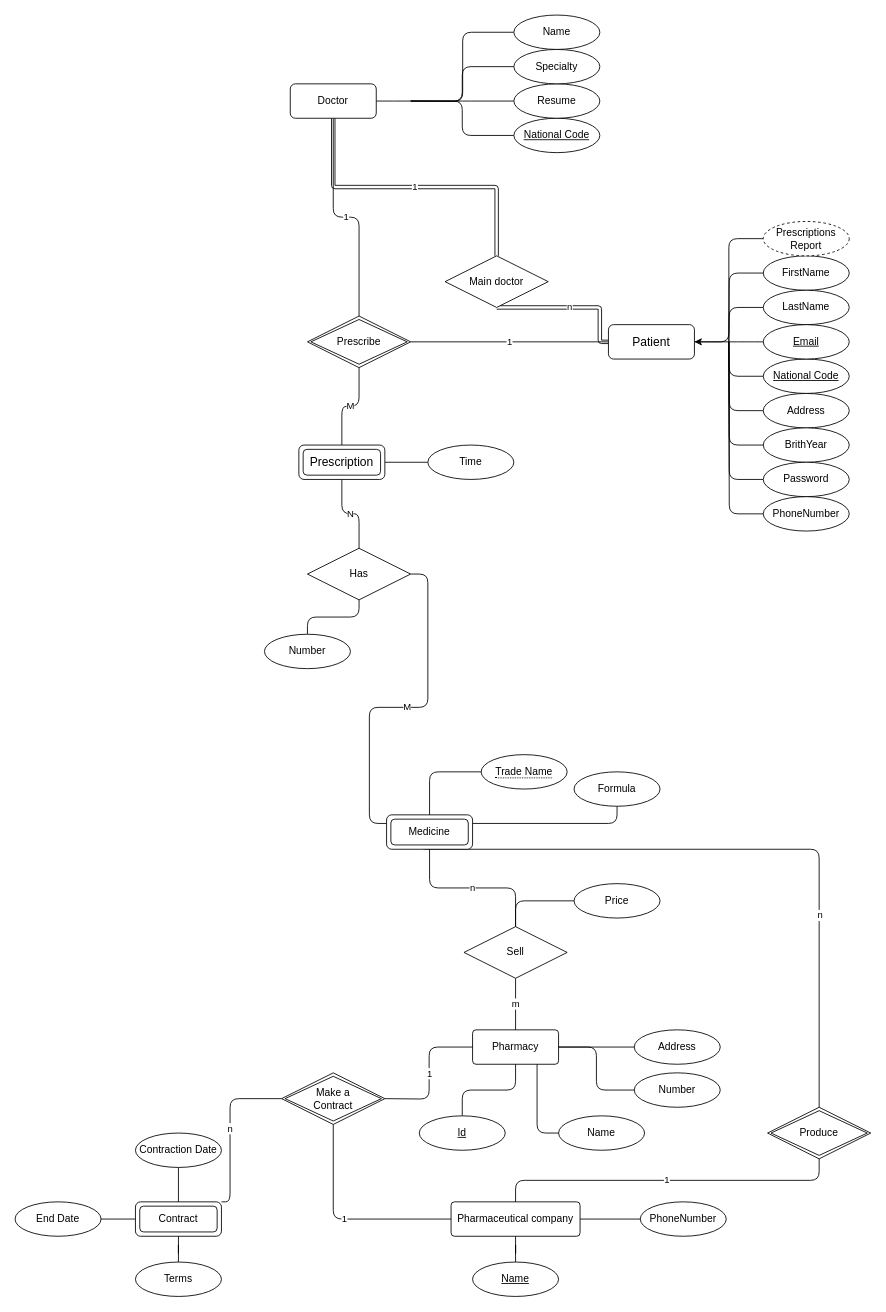
yasharzb/Health-Management keeps this draw.io diagram as Untitled Diagram.drawio. Above is the earlier version. Source tidied: cells renumbered, new cells numbered last; positions are measured from the earlier drawing's top-left corner, leaving out a move shared by most shapes. Both pictures are drawn from the tidied source at 86%, with x=0, y=0 at pixel (15, 15).
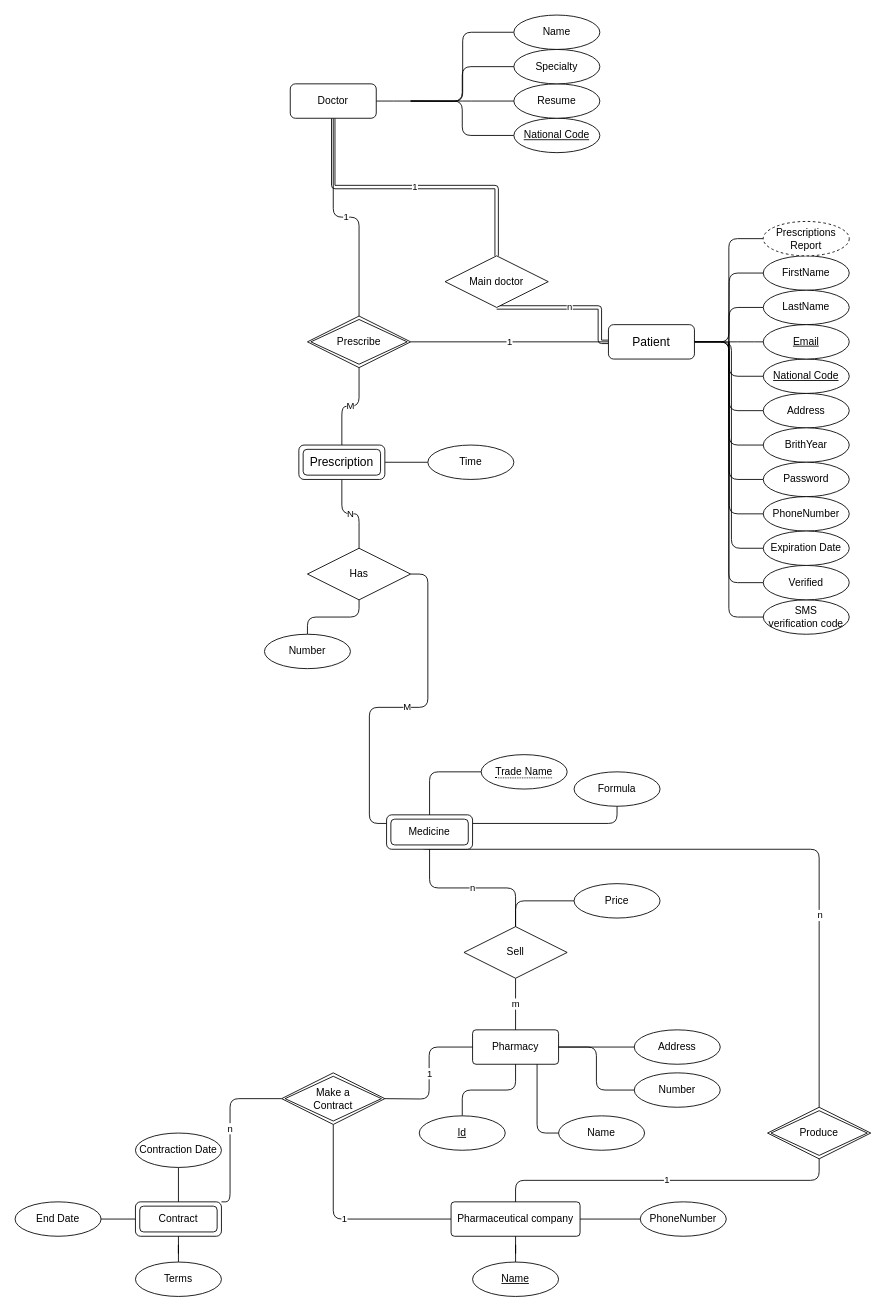
After the change.

Commit message:
Add confirmation fields

Unchanged cells that the change refers to:
```xml
<mxCell id="83" value="&lt;span style=&quot;font-size: 14px&quot;&gt;Patient&lt;/span&gt;" style="whiteSpace=wrap;html=1;align=center;rounded=1;" parent="1" vertex="1">
  <mxGeometry x="690" y="360" width="100" height="40" as="geometry" />
</mxCell>
<mxCell id="86" value="&lt;span&gt;Prescriptions&lt;br&gt;Report&lt;/span&gt;" style="ellipse;whiteSpace=wrap;html=1;align=center;dashed=1;" parent="1" vertex="1">
  <mxGeometry x="870" y="240" width="100" height="40" as="geometry" />
</mxCell>
```

Diff of the diagram source:
```diff
@@
-    <mxCell id="85" style="edgeStyle=orthogonalEdgeStyle;rounded=1;jettySize=auto;html=1;exitX=0;exitY=0.5;exitDx=0;exitDy=0;entryX=1;entryY=0.5;entryDx=0;entryDy=0;" parent="1" edge="1" source="86" target="83">
+    <mxCell id="85" style="edgeStyle=orthogonalEdgeStyle;rounded=1;jettySize=auto;html=1;exitX=0;exitY=0.5;exitDx=0;exitDy=0;entryX=1;entryY=0.5;entryDx=0;entryDy=0;endArrow=none;endFill=0;" parent="1" edge="1" source="86" target="83">
       <mxGeometry relative="1" as="geometry">
         <Array as="points">
           <mxPoint x="830" y="260" />
           <mxPoint x="830" y="380" />
         </Array>
       </mxGeometry>
     </mxCell>
@@
+    <mxCell id="87" style="edgeStyle=orthogonalEdgeStyle;rounded=1;jettySize=auto;html=1;entryX=1;entryY=0.5;entryDx=0;entryDy=0;endArrow=none;endFill=0;" parent="1" edge="1" source="88" target="83">
+      <mxGeometry relative="1" as="geometry" />
+    </mxCell>
+    <mxCell id="88" value="SMS&lt;br&gt;verification code" style="ellipse;whiteSpace=wrap;html=1;align=center;" parent="1" vertex="1">
+      <mxGeometry x="870" y="680" width="100" height="40" as="geometry" />
+    </mxCell>
+    <mxCell id="89" style="edgeStyle=orthogonalEdgeStyle;rounded=1;jettySize=auto;html=1;exitX=0;exitY=0.5;exitDx=0;exitDy=0;entryX=1;entryY=0.5;entryDx=0;entryDy=0;endArrow=none;endFill=0;" parent="1" edge="1" source="90" target="83">
+      <mxGeometry relative="1" as="geometry" />
+    </mxCell>
+    <mxCell id="90" value="Verified" style="ellipse;whiteSpace=wrap;html=1;align=center;" parent="1" vertex="1">
+      <mxGeometry x="870" y="640" width="100" height="40" as="geometry" />
+    </mxCell>
+    <mxCell id="91" style="edgeStyle=orthogonalEdgeStyle;rounded=1;jettySize=auto;html=1;entryX=1;entryY=0.5;entryDx=0;entryDy=0;endArrow=none;endFill=0;" parent="1" edge="1" source="92" target="83">
+      <mxGeometry relative="1" as="geometry">
+        <Array as="points">
+          <mxPoint x="833" y="620" />
+          <mxPoint x="833" y="380" />
+        </Array>
+      </mxGeometry>
+    </mxCell>
+    <mxCell id="92" value="Expiration Date" style="ellipse;whiteSpace=wrap;html=1;align=center;" parent="1" vertex="1">
+      <mxGeometry x="870" y="600" width="100" height="40" as="geometry" />
+    </mxCell>
```
